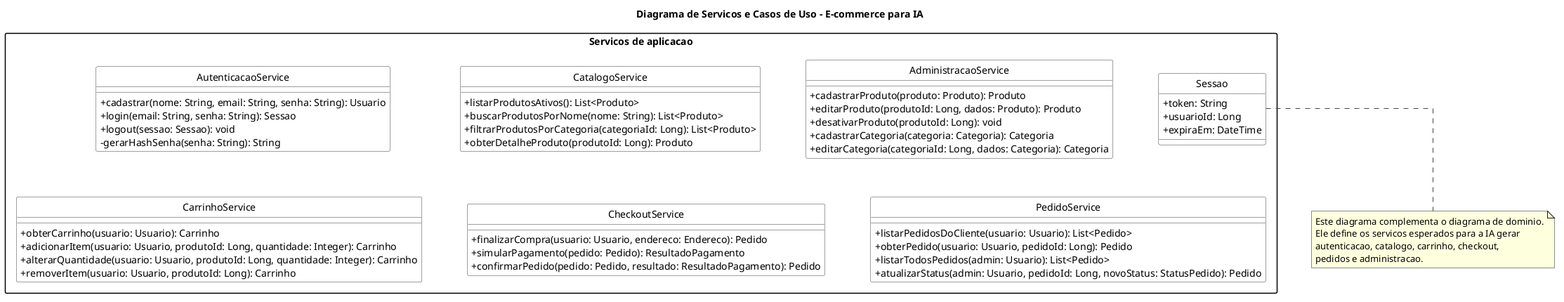
Above: diagrams/ia/diagrama_servicos_ecommerce_ia.png in EduardoPaim5/ecommerce-diagramas (PlantUML), before the change. Its diagram source:
```plantuml
@startuml diagrama_servicos_ecommerce_ia
title Diagrama de Servicos e Casos de Uso - E-commerce para IA

hide circle
skinparam classAttributeIconSize 0
skinparam linetype ortho
skinparam shadowing false
skinparam packageStyle rectangle
skinparam nodesep 65
skinparam ranksep 55

skinparam class {
  BackgroundColor #F8F9FA
  BorderColor #444444
  ArrowColor #444444
}

package "Servicos de aplicacao" {
  class AutenticacaoService {
    +cadastrar(nome: String, email: String, senha: String): Usuario
    +login(email: String, senha: String): Sessao
    +logout(sessao: Sessao): void
    -gerarHashSenha(senha: String): String
  }

  class CatalogoService {
    +listarProdutosAtivos(): List<Produto>
    +buscarProdutosPorNome(nome: String): List<Produto>
    +filtrarProdutosPorCategoria(categoriaId: Long): List<Produto>
    +obterDetalheProduto(produtoId: Long): Produto
  }

  class CarrinhoService {
    +obterCarrinho(usuario: Usuario): Carrinho
    +adicionarItem(usuario: Usuario, produtoId: Long, quantidade: Integer): Carrinho
    +alterarQuantidade(usuario: Usuario, produtoId: Long, quantidade: Integer): Carrinho
    +removerItem(usuario: Usuario, produtoId: Long): Carrinho
  }

  class CheckoutService {
    +finalizarCompra(usuario: Usuario, endereco: Endereco): Pedido
    +simularPagamento(pedido: Pedido): ResultadoPagamento
    +confirmarPedido(pedido: Pedido, resultado: ResultadoPagamento): Pedido
  }

  class PedidoService {
    +listarPedidosDoCliente(usuario: Usuario): List<Pedido>
    +obterPedido(usuario: Usuario, pedidoId: Long): Pedido
    +listarTodosPedidos(admin: Usuario): List<Pedido>
    +atualizarStatus(admin: Usuario, pedidoId: Long, novoStatus: StatusPedido): Pedido
  }

  class AdministracaoService {
    +cadastrarProduto(produto: Produto): Produto
    +editarProduto(produtoId: Long, dados: Produto): Produto
    +desativarProduto(produtoId: Long): void
    +cadastrarCategoria(categoria: Categoria): Categoria
    +editarCategoria(categoriaId: Long, dados: Categoria): Categoria
  }

  class Sessao {
    +token: String
    +usuarioId: Long
    +expiraEm: DateTime
  }
}

AutenticacaoService -[hidden]right- CatalogoService
CatalogoService -[hidden]right- AdministracaoService
CarrinhoService -[hidden]right- CheckoutService
CheckoutService -[hidden]right- PedidoService
AutenticacaoService -[hidden]down- CarrinhoService
CatalogoService -[hidden]down- CheckoutService
AdministracaoService -[hidden]down- PedidoService

note bottom
  Este diagrama complementa o diagrama de dominio.
  Ele define os servicos esperados para a IA gerar
  autenticacao, catalogo, carrinho, checkout,
  pedidos e administracao.
end note

@enduml
```
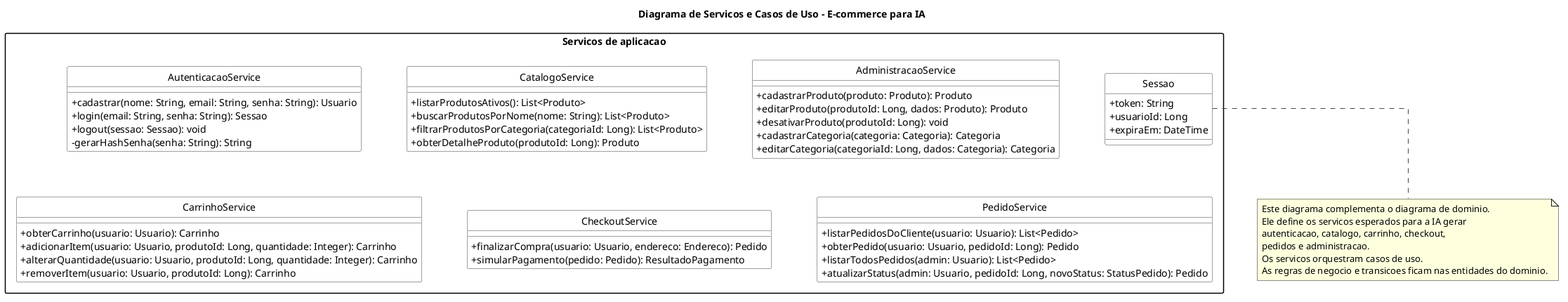
Later version of the same file.

What changed in the source:
```diff
@@ -40,7 +40,6 @@
   class CheckoutService {
     +finalizarCompra(usuario: Usuario, endereco: Endereco): Pedido
     +simularPagamento(pedido: Pedido): ResultadoPagamento
-    +confirmarPedido(pedido: Pedido, resultado: ResultadoPagamento): Pedido
   }
 
   class PedidoService {
@@ -78,6 +77,8 @@
   Ele define os servicos esperados para a IA gerar
   autenticacao, catalogo, carrinho, checkout,
   pedidos e administracao.
+  Os servicos orquestram casos de uso.
+  As regras de negocio e transicoes ficam nas entidades do dominio.
 end note
 
 @enduml
```
